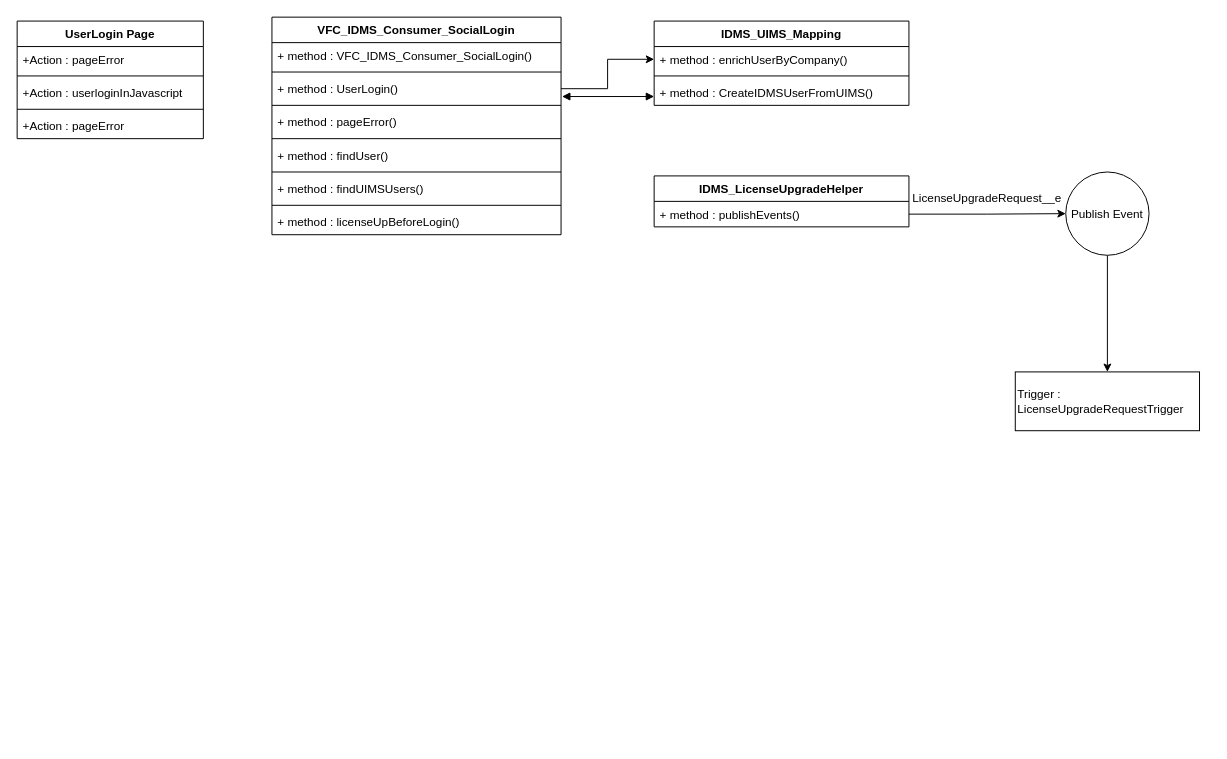
Before: Untitled Diagram.drawio in anoopijt/IDMS-Diagrams, a draw.io diagram. Source tidied: cells renumbered, new cells numbered last; positions are measured from the earlier drawing's top-left corner, leaving out a move shared by most shapes. Both pictures are drawn from the tidied source at 98%, with x=0, y=0 at pixel (17, 17).
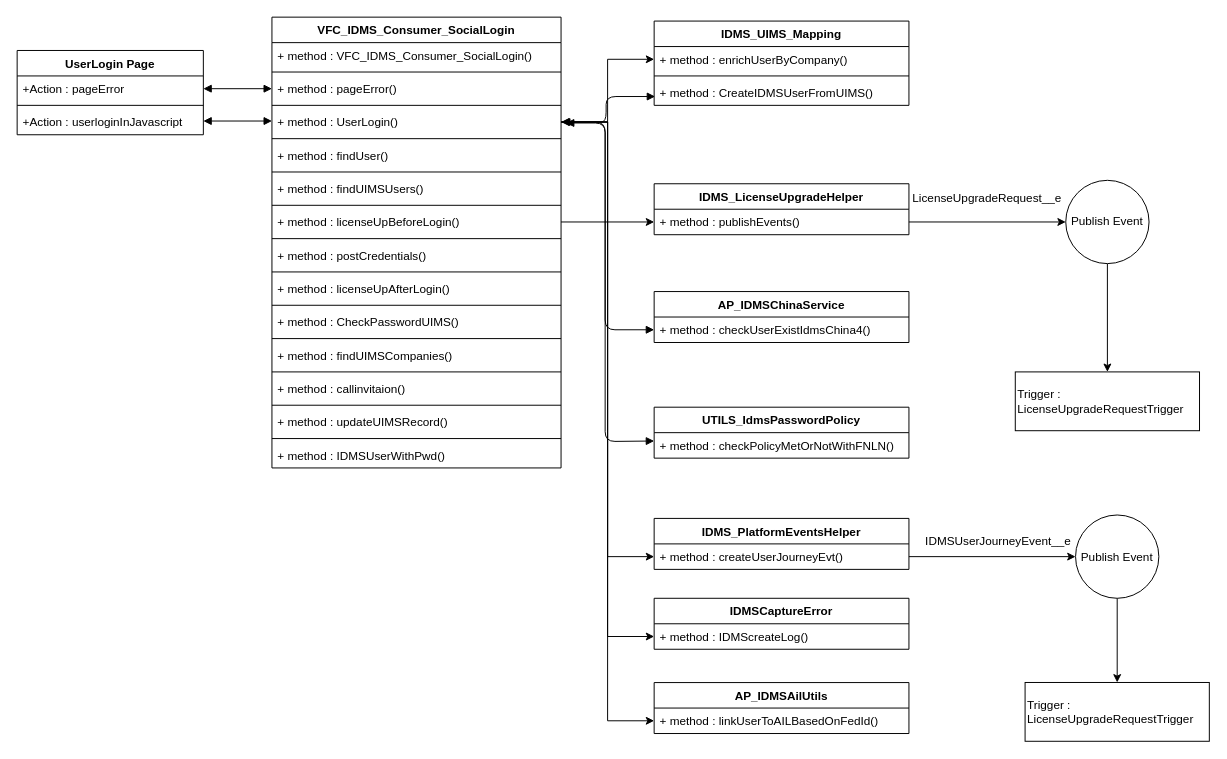
After the change.

The change refers to these unchanged cells:
```xml
<mxCell id="7" value="+ method : enrichUserByCompany()&#10; " style="text;strokeColor=none;fillColor=none;align=left;verticalAlign=top;spacingLeft=4;spacingRight=4;overflow=hidden;points=[[0,0.5],[1,0.5]];portConstraint=eastwest;" parent="6" vertex="1">
  <mxGeometry y="26" width="260" height="26" as="geometry" />
</mxCell>
<mxCell id="21" value="+ method : licenseUpBeforeLogin()" style="text;strokeColor=none;fillColor=none;align=left;verticalAlign=top;spacingLeft=4;spacingRight=4;overflow=hidden;points=[[0,0.5],[1,0.5]];portConstraint=eastwest;" parent="10" vertex="1">
  <mxGeometry y="196" width="295" height="26" as="geometry" />
</mxCell>
<mxCell id="29" value="+ method : publishEvents()&#10; " style="text;strokeColor=none;fillColor=none;align=left;verticalAlign=top;spacingLeft=4;spacingRight=4;overflow=hidden;points=[[0,0.5],[1,0.5]];portConstraint=eastwest;" parent="28" vertex="1">
  <mxGeometry y="26" width="260" height="26" as="geometry" />
</mxCell>
```

What changed in the source:
```diff
@@
     <mxCell id="3" value="Publish Event&lt;br&gt;" style="ellipse;whiteSpace=wrap;html=1;" parent="1" vertex="1">
-      <mxGeometry x="1070" y="158" width="85" height="85" as="geometry" />
+      <mxGeometry x="1070" y="166.5" width="85" height="85" as="geometry" />
     </mxCell>
@@
     <mxCell id="10" value="VFC_IDMS_Consumer_SocialLogin" style="swimlane;fontStyle=1;align=center;verticalAlign=top;horizontal=1;startSize=26;" parent="1" vertex="1">
-      <mxGeometry x="260" width="295" height="222" as="geometry" />
+      <mxGeometry x="260" width="295" height="460" as="geometry" />
     </mxCell>
@@
-    <mxCell id="13" value="+ method : UserLogin()&#10; " style="text;strokeColor=none;fillColor=none;align=left;verticalAlign=top;spacingLeft=4;spacingRight=4;overflow=hidden;points=[[0,0.5],[1,0.5]];portConstraint=eastwest;" parent="10" vertex="1">
+    <mxCell id="13" value="+ method : pageError()&#10; " style="text;strokeColor=none;fillColor=none;align=left;verticalAlign=top;spacingLeft=4;spacingRight=4;overflow=hidden;points=[[0,0.5],[1,0.5]];portConstraint=eastwest;" parent="10" vertex="1">
       <mxGeometry y="60" width="295" height="26" as="geometry" />
     </mxCell>
@@
-    <mxCell id="15" value="+ method : pageError()&#10; " style="text;strokeColor=none;fillColor=none;align=left;verticalAlign=top;spacingLeft=4;spacingRight=4;overflow=hidden;points=[[0,0.5],[1,0.5]];portConstraint=eastwest;" parent="10" vertex="1">
+    <mxCell id="15" value="+ method : UserLogin()&#10; " style="text;strokeColor=none;fillColor=none;align=left;verticalAlign=top;spacingLeft=4;spacingRight=4;overflow=hidden;points=[[0,0.5],[1,0.5]];portConstraint=eastwest;" parent="10" vertex="1">
       <mxGeometry y="94" width="295" height="26" as="geometry" />
     </mxCell>
@@
+    <mxCell id="33" style="line;strokeWidth=1;fillColor=none;align=left;verticalAlign=middle;spacingTop=-1;spacingLeft=3;spacingRight=3;labelPosition=right;" parent="10" vertex="1">
+      <mxGeometry y="222" width="295" height="8" as="geometry" />
+    </mxCell>
+    <mxCell id="34" value="+ method : postCredentials()" style="text;strokeColor=none;fillColor=none;align=left;verticalAlign=top;spacingLeft=4;spacingRight=4;overflow=hidden;" parent="10" vertex="1">
+      <mxGeometry y="230" width="295" height="26" as="geometry" />
+    </mxCell>
+    <mxCell id="35" style="line;strokeWidth=1;fillColor=none;align=left;verticalAlign=middle;spacingTop=-1;spacingLeft=3;spacingRight=3;labelPosition=right;" parent="10" vertex="1">
+      <mxGeometry y="256" width="295" height="8" as="geometry" />
+    </mxCell>
+    <mxCell id="36" value="+ method : licenseUpAfterLogin()" style="text;strokeColor=none;fillColor=none;align=left;verticalAlign=top;spacingLeft=4;spacingRight=4;overflow=hidden;" parent="10" vertex="1">
+      <mxGeometry y="264" width="295" height="26" as="geometry" />
+    </mxCell>
+    <mxCell id="37" style="line;strokeWidth=1;fillColor=none;align=left;verticalAlign=middle;spacingTop=-1;spacingLeft=3;spacingRight=3;labelPosition=right;" parent="10" vertex="1">
+      <mxGeometry y="290" width="295" height="8" as="geometry" />
+    </mxCell>
+    <mxCell id="38" value="+ method : CheckPasswordUIMS()" style="text;strokeColor=none;fillColor=none;align=left;verticalAlign=top;spacingLeft=4;spacingRight=4;overflow=hidden;" parent="10" vertex="1">
+      <mxGeometry y="298" width="295" height="26" as="geometry" />
+    </mxCell>
+    <mxCell id="39" style="line;strokeWidth=1;fillColor=none;align=left;verticalAlign=middle;spacingTop=-1;spacingLeft=3;spacingRight=3;labelPosition=right;" parent="10" vertex="1">
+      <mxGeometry y="324" width="295" height="8" as="geometry" />
+    </mxCell>
+    <mxCell id="40" value="+ method : findUIMSCompanies()" style="text;strokeColor=none;fillColor=none;align=left;verticalAlign=top;spacingLeft=4;spacingRight=4;overflow=hidden;" parent="10" vertex="1">
+      <mxGeometry y="332" width="295" height="26" as="geometry" />
+    </mxCell>
+    <mxCell id="41" style="line;strokeWidth=1;fillColor=none;align=left;verticalAlign=middle;spacingTop=-1;spacingLeft=3;spacingRight=3;labelPosition=right;" parent="10" vertex="1">
+      <mxGeometry y="358" width="295" height="8" as="geometry" />
+    </mxCell>
+    <mxCell id="42" value="+ method : callinvitaion()" style="text;strokeColor=none;fillColor=none;align=left;verticalAlign=top;spacingLeft=4;spacingRight=4;overflow=hidden;" parent="10" vertex="1">
+      <mxGeometry y="366" width="295" height="26" as="geometry" />
+    </mxCell>
+    <mxCell id="43" style="line;strokeWidth=1;fillColor=none;align=left;verticalAlign=middle;spacingTop=-1;spacingLeft=3;spacingRight=3;labelPosition=right;" parent="10" vertex="1">
+      <mxGeometry y="392" width="295" height="8" as="geometry" />
+    </mxCell>
+    <mxCell id="44" value="+ method : updateUIMSRecord()" style="text;strokeColor=none;fillColor=none;align=left;verticalAlign=top;spacingLeft=4;spacingRight=4;overflow=hidden;" parent="10" vertex="1">
+      <mxGeometry y="400" width="295" height="26" as="geometry" />
+    </mxCell>
+    <mxCell id="45" style="line;strokeWidth=1;fillColor=none;align=left;verticalAlign=middle;spacingTop=-1;spacingLeft=3;spacingRight=3;labelPosition=right;" parent="10" vertex="1">
+      <mxGeometry y="426" width="295" height="8" as="geometry" />
+    </mxCell>
+    <mxCell id="46" value="+ method : IDMSUserWithPwd()" style="text;strokeColor=none;fillColor=none;align=left;verticalAlign=top;spacingLeft=4;spacingRight=4;overflow=hidden;" parent="10" vertex="1">
+      <mxGeometry y="434" width="295" height="26" as="geometry" />
+    </mxCell>
     <mxCell id="22" value="UserLogin Page" style="swimlane;fontStyle=1;align=center;verticalAlign=top;horizontal=1;startSize=26;fillColor=none;gradientColor=none;" parent="1" vertex="1">
-      <mxGeometry y="4" width="190" height="120" as="geometry" />
+      <mxGeometry y="34" width="190" height="86" as="geometry" />
     </mxCell>
@@
-    <mxCell id="26" style="line;strokeWidth=1;fillColor=none;align=left;verticalAlign=middle;spacingTop=-1;spacingLeft=3;spacingRight=3;labelPosition=right;" parent="22" vertex="1">
-      <mxGeometry y="86" width="190" height="8" as="geometry" />
-    </mxCell>
-    <mxCell id="27" value="+Action : pageError" style="text;strokeColor=none;fillColor=none;align=left;verticalAlign=top;spacingLeft=4;spacingRight=4;overflow=hidden;" parent="22" vertex="1">
-      <mxGeometry y="94" width="190" height="26" as="geometry" />
-    </mxCell>
     <mxCell id="28" value="IDMS_LicenseUpgradeHelper" style="swimlane;fontStyle=1;align=center;verticalAlign=top;horizontal=1;startSize=26;" parent="1" vertex="1">
-      <mxGeometry x="650" y="162" width="260" height="52" as="geometry" />
+      <mxGeometry x="650" y="170" width="260" height="52" as="geometry" />
     </mxCell>
@@
-    <mxCell id="31" style="edgeStyle=orthogonalEdgeStyle;rounded=0;jettySize=auto;html=1;entryX=0;entryY=0.5;entryDx=0;entryDy=0;" parent="1" edge="1" source="13" target="7">
-      <mxGeometry relative="1" as="geometry" />
-    </mxCell>
-    <mxCell id="32" style="endArrow=block;startArrow=block;endFill=1;startFill=1;html=1;" parent="1" edge="1">
+    <mxCell id="32" style="endArrow=block;startArrow=block;endFill=1;startFill=1;html=1;exitX=1;exitY=0.5;exitDx=0;exitDy=0;" parent="1" edge="1">
       <mxGeometry relative="1" as="geometry">
-        <mxPoint x="556" y="81" as="sourcePoint" />
-        <mxPoint x="650" y="81" as="targetPoint" />
+        <mxPoint x="556" y="107" as="sourcePoint" />
+        <mxPoint x="651" y="81" as="targetPoint" />
+        <Array as="points">
+          <mxPoint x="581" y="107" />
+          <mxPoint x="601" y="107" />
+          <mxPoint x="601" y="81" />
+        </Array>
       </mxGeometry>
     </mxCell>
+    <mxCell id="47" style="edgeStyle=orthogonalEdgeStyle;rounded=0;jettySize=auto;html=1;entryX=0;entryY=0.5;entryDx=0;entryDy=0;" parent="1" edge="1" source="15" target="7">
+      <mxGeometry relative="1" as="geometry" />
+    </mxCell>
+    <mxCell id="48" style="edgeStyle=orthogonalEdgeStyle;rounded=0;jettySize=auto;html=1;" parent="1" edge="1" source="21" target="29">
+      <mxGeometry relative="1" as="geometry" />
+    </mxCell>
+    <mxCell id="49" style="endArrow=block;startArrow=block;endFill=1;startFill=1;html=1;" parent="1" edge="1">
+      <mxGeometry relative="1" as="geometry">
+        <mxPoint x="190" y="73" as="sourcePoint" />
+        <mxPoint x="260" y="73" as="targetPoint" />
+      </mxGeometry>
+    </mxCell>
+    <mxCell id="50" style="endArrow=block;startArrow=block;endFill=1;startFill=1;html=1;" parent="1" edge="1">
+      <mxGeometry relative="1" as="geometry">
+        <mxPoint x="190" y="106" as="sourcePoint" />
+        <mxPoint x="260" y="106" as="targetPoint" />
+      </mxGeometry>
+    </mxCell>
+    <mxCell id="51" value="AP_IDMSChinaService" style="swimlane;fontStyle=1;align=center;verticalAlign=top;horizontal=1;startSize=26;fillColor=none;gradientColor=none;" parent="1" vertex="1">
+      <mxGeometry x="650" y="280" width="260" height="52" as="geometry" />
+    </mxCell>
+    <mxCell id="52" value="+ method : checkUserExistIdmsChina4() " style="text;strokeColor=none;fillColor=none;align=left;verticalAlign=top;spacingLeft=4;spacingRight=4;overflow=hidden;points=[[0,0.5],[1,0.5]];portConstraint=eastwest;" parent="51" vertex="1">
+      <mxGeometry y="26" width="260" height="26" as="geometry" />
+    </mxCell>
+    <mxCell id="53" style="endArrow=block;startArrow=block;endFill=1;startFill=1;html=1;entryX=0;entryY=0.5;entryDx=0;entryDy=0;" parent="1" edge="1" target="52">
+      <mxGeometry relative="1" as="geometry">
+        <mxPoint x="555" y="107" as="sourcePoint" />
+        <Array as="points">
+          <mxPoint x="600" y="107" />
+          <mxPoint x="600" y="319" />
+        </Array>
+      </mxGeometry>
+    </mxCell>
+    <mxCell id="54" value="UTILS_IdmsPasswordPolicy" style="swimlane;fontStyle=1;align=center;verticalAlign=top;horizontal=1;startSize=26;fillColor=none;gradientColor=none;" parent="1" vertex="1">
+      <mxGeometry x="650" y="398" width="260" height="52" as="geometry" />
+    </mxCell>
+    <mxCell id="55" value="+ method : checkPolicyMetOrNotWithFNLN()" style="text;strokeColor=none;fillColor=none;align=left;verticalAlign=top;spacingLeft=4;spacingRight=4;overflow=hidden;" parent="54" vertex="1">
+      <mxGeometry y="26" width="260" height="26" as="geometry" />
+    </mxCell>
+    <mxCell id="56" style="endArrow=block;startArrow=block;endFill=1;startFill=1;html=1;" parent="1" edge="1">
+      <mxGeometry relative="1" as="geometry">
+        <mxPoint x="560" y="108" as="sourcePoint" />
+        <mxPoint x="650" y="432.5" as="targetPoint" />
+        <Array as="points">
+          <mxPoint x="600" y="108" />
+          <mxPoint x="600" y="433" />
+        </Array>
+      </mxGeometry>
+    </mxCell>
+    <mxCell id="57" value="IDMS_PlatformEventsHelper" style="swimlane;fontStyle=1;align=center;verticalAlign=top;horizontal=1;startSize=26;fillColor=none;gradientColor=none;" parent="1" vertex="1">
+      <mxGeometry x="650" y="511.5" width="260" height="52" as="geometry" />
+    </mxCell>
+    <mxCell id="58" value="+ method : createUserJourneyEvt()" style="text;strokeColor=none;fillColor=none;align=left;verticalAlign=top;spacingLeft=4;spacingRight=4;overflow=hidden;points=[[0,0.5],[1,0.5]];portConstraint=eastwest;" parent="57" vertex="1">
+      <mxGeometry y="26" width="260" height="26" as="geometry" />
+    </mxCell>
+    <mxCell id="59" style="edgeStyle=orthogonalEdgeStyle;rounded=0;jettySize=auto;html=1;entryX=0.5;entryY=0;entryDx=0;entryDy=0;" parent="1" edge="1" source="60" target="61">
+      <mxGeometry relative="1" as="geometry" />
+    </mxCell>
+    <mxCell id="60" value="Publish Event&lt;br&gt;" style="ellipse;whiteSpace=wrap;html=1;" parent="1" vertex="1">
+      <mxGeometry x="1080" y="508" width="85" height="85" as="geometry" />
+    </mxCell>
+    <mxCell id="61" value="Trigger :&lt;br&gt;&lt;span style=&quot;font-family: &amp;#34;arial&amp;#34; , &amp;#34;helvetica&amp;#34; , sans-serif ; background-color: rgb(255 , 255 , 255)&quot;&gt;LicenseUpgradeRequestTrigger&lt;/span&gt;" style="rounded=0;whiteSpace=wrap;html=1;align=left;" parent="1" vertex="1">
+      <mxGeometry x="1028.5" y="678.9" width="188" height="60" as="geometry" />
+    </mxCell>
+    <mxCell id="62" style="edgeStyle=orthogonalEdgeStyle;rounded=0;jettySize=auto;html=1;entryX=0;entryY=0.5;entryDx=0;entryDy=0;" parent="1" edge="1" source="58" target="60">
+      <mxGeometry relative="1" as="geometry" />
+    </mxCell>
+    <mxCell id="63" value="IDMSUserJourneyEvent__e" style="text;html=1;" parent="1" vertex="1">
+      <mxGeometry x="925" y="520.5" width="170" height="30" as="geometry" />
+    </mxCell>
+    <mxCell id="64" value="IDMSCaptureError" style="swimlane;fontStyle=1;align=center;verticalAlign=top;horizontal=1;startSize=26;fillColor=none;gradientColor=none;" parent="1" vertex="1">
+      <mxGeometry x="650" y="593" width="260" height="52" as="geometry" />
+    </mxCell>
+    <mxCell id="65" value="+ method : IDMScreateLog()" style="text;strokeColor=none;fillColor=none;align=left;verticalAlign=top;spacingLeft=4;spacingRight=4;overflow=hidden;points=[[0,0.5],[1,0.5]];portConstraint=eastwest;" parent="64" vertex="1">
+      <mxGeometry y="26" width="260" height="26" as="geometry" />
+    </mxCell>
+    <mxCell id="66" value="AP_IDMSAilUtils" style="swimlane;fontStyle=1;align=center;verticalAlign=top;horizontal=1;startSize=26;fillColor=none;gradientColor=none;" parent="1" vertex="1">
+      <mxGeometry x="650" y="679" width="260" height="52" as="geometry" />
+    </mxCell>
+    <mxCell id="67" value="+ method : linkUserToAILBasedOnFedId()" style="text;strokeColor=none;fillColor=none;align=left;verticalAlign=top;spacingLeft=4;spacingRight=4;overflow=hidden;points=[[0,0.5],[1,0.5]];portConstraint=eastwest;" parent="66" vertex="1">
+      <mxGeometry y="26" width="260" height="26" as="geometry" />
+    </mxCell>
+    <mxCell id="68" style="edgeStyle=orthogonalEdgeStyle;rounded=0;jettySize=auto;html=1;entryX=0;entryY=0.5;entryDx=0;entryDy=0;" parent="1" edge="1" source="15" target="67">
+      <mxGeometry relative="1" as="geometry" />
+    </mxCell>
+    <mxCell id="69" style="edgeStyle=orthogonalEdgeStyle;rounded=0;jettySize=auto;html=1;" parent="1" edge="1" source="15" target="65">
+      <mxGeometry relative="1" as="geometry" />
+    </mxCell>
+    <mxCell id="70" style="edgeStyle=orthogonalEdgeStyle;rounded=0;jettySize=auto;html=1;entryX=0;entryY=0.5;entryDx=0;entryDy=0;" parent="1" edge="1" source="15" target="58">
+      <mxGeometry relative="1" as="geometry" />
+    </mxCell>
```
